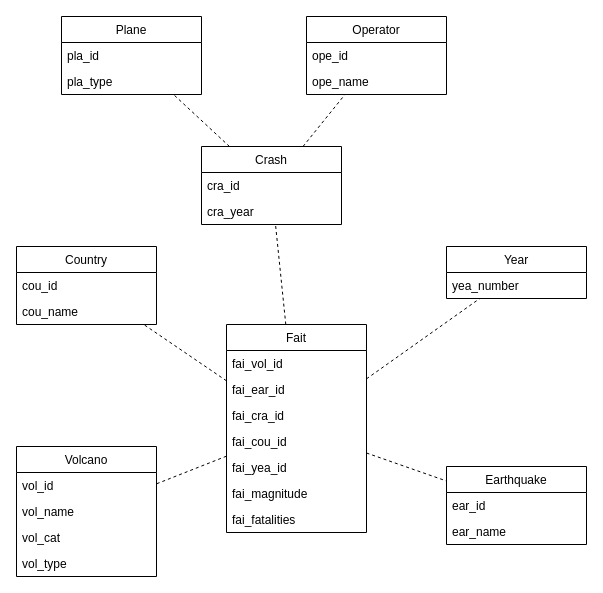
MarcVo00/BiProject keeps this draw.io diagram as projmod.drawio. Above is the earlier version. Source tidied: cells renumbered, new cells numbered last; positions are measured from the earlier drawing's top-left corner, leaving out a move shared by most shapes. Both pictures are drawn from the tidied source at 100%, with x=0, y=0 at pixel (16, 16).
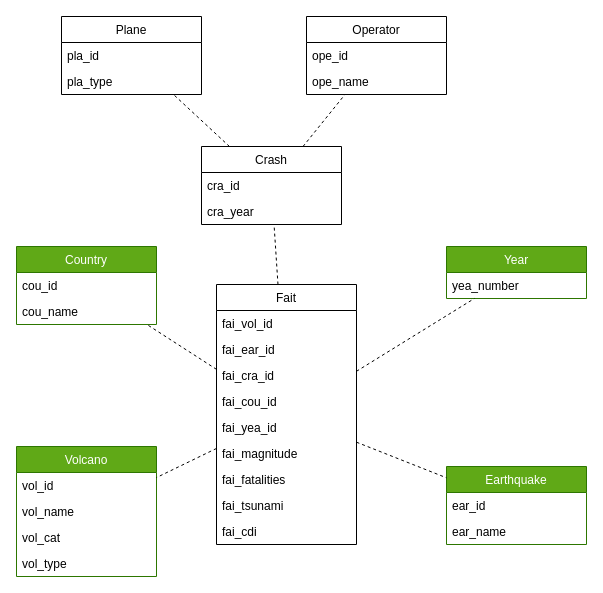
The same page after the edit.

Commit message (it also covers changes not shown here):
Dans ktr year et earthquake ont été créé

Change to the diagram source:
```diff
@@
-    <mxCell id="2" value="Volcano" style="swimlane;fontStyle=0;horizontal=1;startSize=26;fillColor=none;" parent="1" vertex="1">
+    <mxCell id="2" value="Volcano" style="swimlane;fontStyle=0;horizontal=1;startSize=26;fillColor=#60a917;fontColor=#ffffff;strokeColor=#2D7600;" parent="1" vertex="1">
       <mxGeometry y="430" width="140" height="130" as="geometry" />
     </mxCell>
@@
-    <mxCell id="7" value="Country" style="swimlane;fontStyle=0;horizontal=1;startSize=26;fillColor=none;" parent="1" vertex="1">
+    <mxCell id="7" value="Country" style="swimlane;fontStyle=0;horizontal=1;startSize=26;fillColor=#60a917;fontColor=#ffffff;strokeColor=#2D7600;" parent="1" vertex="1">
       <mxGeometry y="230" width="140" height="78" as="geometry" />
     </mxCell>
@@
-    <mxCell id="21" value="Earthquake" style="swimlane;fontStyle=0;horizontal=1;startSize=26;fillColor=none;" parent="1" vertex="1">
+    <mxCell id="21" value="Earthquake" style="swimlane;fontStyle=0;horizontal=1;startSize=26;fillColor=#60a917;fontColor=#ffffff;strokeColor=#2D7600;" parent="1" vertex="1">
       <mxGeometry x="430" y="450" width="140" height="78" as="geometry" />
     </mxCell>
@@
-    <mxCell id="24" value="Year" style="swimlane;fontStyle=0;horizontal=1;startSize=26;fillColor=none;" parent="1" vertex="1">
+    <mxCell id="24" value="Year" style="swimlane;fontStyle=0;horizontal=1;startSize=26;fillColor=#60a917;fontColor=#ffffff;strokeColor=#2D7600;" parent="1" vertex="1">
       <mxGeometry x="430" y="230" width="140" height="52" as="geometry" />
     </mxCell>
@@
     <mxCell id="31" value="Fait" style="swimlane;fontStyle=0;horizontal=1;startSize=26;fillColor=none;" parent="1" vertex="1">
-      <mxGeometry x="210" y="308" width="140" height="208" as="geometry" />
+      <mxGeometry x="200" y="268" width="140" height="260" as="geometry" />
     </mxCell>
@@
+    <mxCell id="39" value="fai_tsunami" style="text;strokeColor=none;fillColor=none;align=left;verticalAlign=top;spacingLeft=4;spacingRight=4;overflow=hidden;" parent="31" vertex="1">
+      <mxGeometry y="208" width="140" height="26" as="geometry" />
+    </mxCell>
+    <mxCell id="40" value="fai_cdi" style="text;strokeColor=none;fillColor=none;align=left;verticalAlign=top;spacingLeft=4;spacingRight=4;overflow=hidden;" parent="31" vertex="1">
+      <mxGeometry y="234" width="140" height="26" as="geometry" />
+    </mxCell>
```
